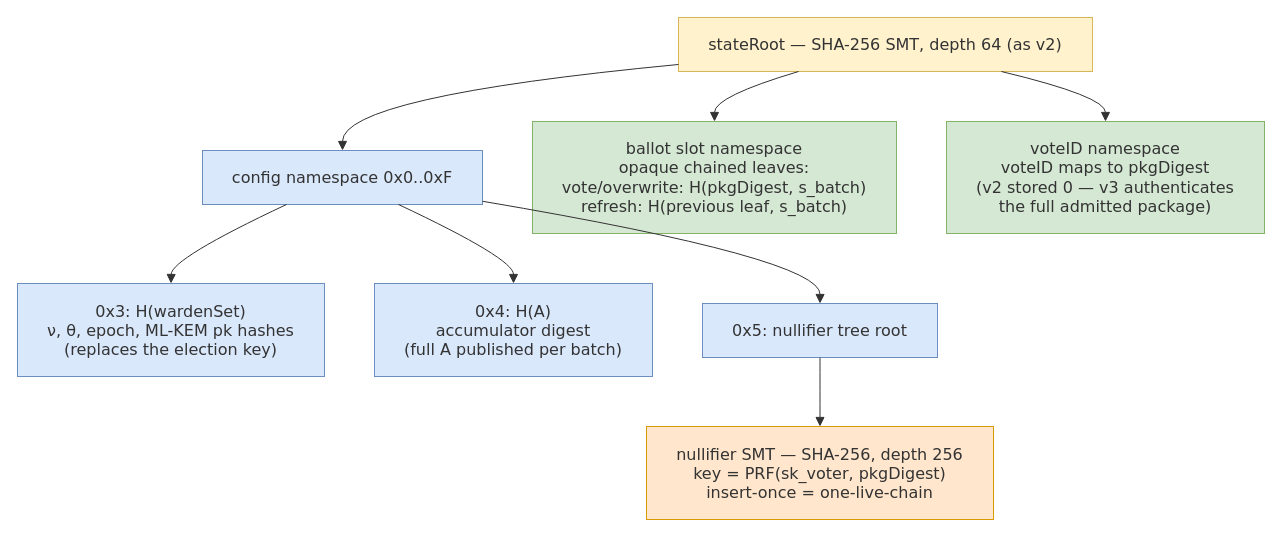
This is v3-pq/figures/src/state-tree-v3.drawio from vocdoni/davinci-paper, a draw.io file, before an edit. Source tidied: cells renumbered, new cells numbered last; positions are measured from the earlier drawing's top-left corner, leaving out a move shared by most shapes. Both pictures are drawn from the tidied source at 100%, with x=0, y=0 at pixel (17, 17).
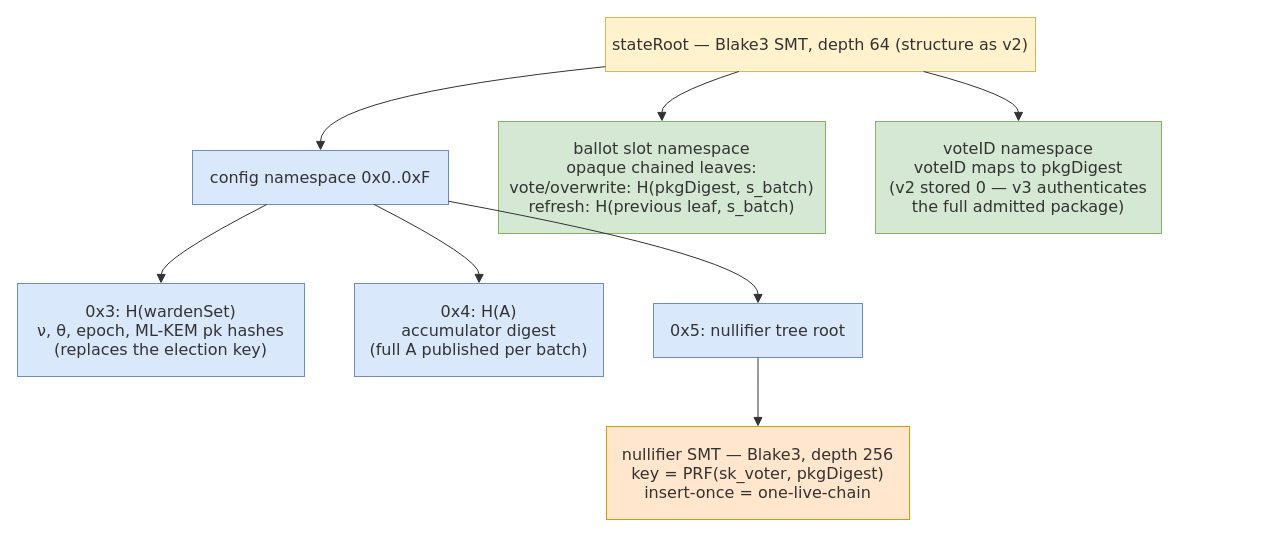
After the change.

Commit message (it also covers changes not shown here):
docs(spec): unify protocol hashing on blake3 (v1.1 profile)

The edit, as a diff of the source:
```diff
@@
-    <mxCell id="2" value="stateRoot — SHA-256 SMT, depth 64 (as v2)" style="html=1;whiteSpace=wrap;strokeWidth=1;fillColor=#fff2cc;strokeColor=#d6b656;fontColor=light-dark(#333333,#cccccc);fontFamily=Trebuchet MS,Verdana,Arial,sans-serif;fontSize=16;" parent="1" vertex="1">
-      <mxGeometry x="661" width="414" height="54" as="geometry" />
+    <mxCell id="2" value="stateRoot — Blake3 SMT, depth 64 (structure as v2)" style="html=1;whiteSpace=wrap;strokeWidth=1;fillColor=#fff2cc;strokeColor=#d6b656;fontColor=light-dark(#333333,#cccccc);fontFamily=Trebuchet MS,Verdana,Arial,sans-serif;fontSize=16;" parent="1" vertex="1">
+      <mxGeometry x="588" width="430" height="54" as="geometry" />
     </mxCell>
     <mxCell id="3" value="config namespace 0x0..0xF" style="html=1;whiteSpace=wrap;strokeWidth=1;fillColor=#dae8fc;strokeColor=#6c8ebf;fontColor=light-dark(#333333,#cccccc);fontFamily=Trebuchet MS,Verdana,Arial,sans-serif;fontSize=16;" parent="1" vertex="1">
-      <mxGeometry x="185" y="133" width="280" height="54" as="geometry" />
+      <mxGeometry x="175" y="133" width="256" height="54" as="geometry" />
     </mxCell>
     <mxCell id="4" value="ballot slot namespace&#10;opaque chained leaves:&#10;vote/overwrite: H(pkgDigest, s_batch)&#10;refresh: H(previous leaf, s_batch)" style="html=1;whiteSpace=wrap;strokeWidth=1;fillColor=#d5e8d4;strokeColor=#82b366;fontColor=light-dark(#333333,#cccccc);fontFamily=Trebuchet MS,Verdana,Arial,sans-serif;fontSize=16;" parent="1" vertex="1">
-      <mxGeometry x="515" y="104" width="364" height="112" as="geometry" />
+      <mxGeometry x="481" y="104" width="327" height="112" as="geometry" />
     </mxCell>
     <mxCell id="5" value="voteID namespace&#10;voteID maps to pkgDigest&#10;(v2 stored 0 — v3 authenticates&#10;the full admitted package)" style="html=1;whiteSpace=wrap;strokeWidth=1;fillColor=#d5e8d4;strokeColor=#82b366;fontColor=light-dark(#333333,#cccccc);fontFamily=Trebuchet MS,Verdana,Arial,sans-serif;fontSize=16;" parent="1" vertex="1">
-      <mxGeometry x="929" y="104" width="318" height="112" as="geometry" />
+      <mxGeometry x="858" y="104" width="286" height="112" as="geometry" />
     </mxCell>
     <mxCell id="6" value="0x3: H(wardenSet)&#10;ν, θ, epoch, ML-KEM pk hashes&#10;(replaces the election key)" style="html=1;whiteSpace=wrap;strokeWidth=1;fillColor=#dae8fc;strokeColor=#6c8ebf;fontColor=light-dark(#333333,#cccccc);fontFamily=Trebuchet MS,Verdana,Arial,sans-serif;fontSize=16;" parent="1" vertex="1">
-      <mxGeometry y="266" width="307" height="93" as="geometry" />
+      <mxGeometry y="266" width="287" height="93" as="geometry" />
     </mxCell>
     <mxCell id="7" value="0x4: H(A)&#10;accumulator digest&#10;(full A published per batch)" style="html=1;whiteSpace=wrap;strokeWidth=1;fillColor=#dae8fc;strokeColor=#6c8ebf;fontColor=light-dark(#333333,#cccccc);fontFamily=Trebuchet MS,Verdana,Arial,sans-serif;fontSize=16;" parent="1" vertex="1">
-      <mxGeometry x="357" y="266" width="278" height="93" as="geometry" />
+      <mxGeometry x="337" y="266" width="249" height="93" as="geometry" />
     </mxCell>
     <mxCell id="8" value="0x5: nullifier tree root" style="html=1;whiteSpace=wrap;strokeWidth=1;fillColor=#dae8fc;strokeColor=#6c8ebf;fontColor=light-dark(#333333,#cccccc);fontFamily=Trebuchet MS,Verdana,Arial,sans-serif;fontSize=16;" parent="1" vertex="1">
-      <mxGeometry x="685" y="286" width="235" height="54" as="geometry" />
+      <mxGeometry x="636" y="286" width="209" height="54" as="geometry" />
     </mxCell>
-    <mxCell id="9" value="nullifier SMT — SHA-256, depth 256&#10;key = PRF(sk_voter, pkgDigest)&#10;insert-once = one-live-chain" style="html=1;whiteSpace=wrap;strokeWidth=1;fillColor=#ffe6cc;strokeColor=#d79b00;fontColor=light-dark(#333333,#cccccc);fontFamily=Trebuchet MS,Verdana,Arial,sans-serif;fontSize=16;" parent="1" vertex="1">
-      <mxGeometry x="629" y="409" width="347" height="93" as="geometry" />
+    <mxCell id="9" value="nullifier SMT — Blake3, depth 256&#10;key = PRF(sk_voter, pkgDigest)&#10;insert-once = one-live-chain" style="html=1;whiteSpace=wrap;strokeWidth=1;fillColor=#ffe6cc;strokeColor=#d79b00;fontColor=light-dark(#333333,#cccccc);fontFamily=Trebuchet MS,Verdana,Arial,sans-serif;fontSize=16;" parent="1" vertex="1">
+      <mxGeometry x="589" y="409" width="303" height="93" as="geometry" />
     </mxCell>
-    <mxCell id="10" style="curved=1;startArrow=none;endArrow=block;endSize=7;strokeColor=light-dark(#333333,#cccccc);exitX=0;exitY=0.87;entryX=0.5;entryY=0;" parent="1" edge="1" source="2" target="3">
+    <mxCell id="10" style="curved=1;startArrow=none;endArrow=block;endSize=7;strokeColor=light-dark(#333333,#cccccc);exitX=0;exitY=0.91;entryX=0.5;entryY=0;" parent="1" edge="1" source="2" target="3">
       <mxGeometry relative="1" as="geometry">
         <Array as="points">
-          <mxPoint x="325" y="79" />
+          <mxPoint x="303" y="79" />
         </Array>
       </mxGeometry>
     </mxCell>
-    <mxCell id="11" style="curved=1;startArrow=none;endArrow=block;endSize=7;strokeColor=light-dark(#333333,#cccccc);exitX=0.29;exitY=1;entryX=0.5;entryY=0;" parent="1" edge="1" source="2" target="4">
+    <mxCell id="11" style="curved=1;startArrow=none;endArrow=block;endSize=7;strokeColor=light-dark(#333333,#cccccc);exitX=0.31;exitY=1;entryX=0.5;entryY=0;" parent="1" edge="1" source="2" target="4">
       <mxGeometry relative="1" as="geometry">
         <Array as="points">
-          <mxPoint x="697" y="79" />
+          <mxPoint x="644" y="79" />
         </Array>
       </mxGeometry>
     </mxCell>
-    <mxCell id="12" style="curved=1;startArrow=none;endArrow=block;endSize=7;strokeColor=light-dark(#333333,#cccccc);exitX=0.78;exitY=1;entryX=0.5;entryY=0;" parent="1" edge="1" source="2" target="5">
+    <mxCell id="12" style="curved=1;startArrow=none;endArrow=block;endSize=7;strokeColor=light-dark(#333333,#cccccc);exitX=0.74;exitY=1;entryX=0.5;entryY=0;" parent="1" edge="1" source="2" target="5">
       <mxGeometry relative="1" as="geometry">
         <Array as="points">
-          <mxPoint x="1088" y="79" />
+          <mxPoint x="1001" y="79" />
         </Array>
       </mxGeometry>
     </mxCell>
-    <mxCell id="13" style="curved=1;startArrow=none;endArrow=block;endSize=7;strokeColor=light-dark(#333333,#cccccc);exitX=0.3;exitY=1;entryX=0.5;entryY=0;" parent="1" edge="1" source="3" target="6">
+    <mxCell id="13" style="curved=1;startArrow=none;endArrow=block;endSize=7;strokeColor=light-dark(#333333,#cccccc);exitX=0.29;exitY=1;entryX=0.5;entryY=0;" parent="1" edge="1" source="3" target="6">
       <mxGeometry relative="1" as="geometry">
         <Array as="points">
-          <mxPoint x="154" y="241" />
+          <mxPoint x="144" y="241" />
         </Array>
       </mxGeometry>
     </mxCell>
-    <mxCell id="14" style="curved=1;startArrow=none;endArrow=block;endSize=7;strokeColor=light-dark(#333333,#cccccc);exitX=0.7;exitY=1;entryX=0.5;entryY=0;" parent="1" edge="1" source="3" target="7">
+    <mxCell id="14" style="curved=1;startArrow=none;endArrow=block;endSize=7;strokeColor=light-dark(#333333,#cccccc);exitX=0.71;exitY=1;entryX=0.5;entryY=0;" parent="1" edge="1" source="3" target="7">
       <mxGeometry relative="1" as="geometry">
         <Array as="points">
-          <mxPoint x="496" y="241" />
+          <mxPoint x="462" y="241" />
         </Array>
       </mxGeometry>
     </mxCell>
     <mxCell id="15" style="curved=1;startArrow=none;endArrow=block;endSize=7;strokeColor=light-dark(#333333,#cccccc);exitX=1;exitY=0.94;entryX=0.5;entryY=0;" parent="1" edge="1" source="3" target="8">
       <mxGeometry relative="1" as="geometry">
         <Array as="points">
-          <mxPoint x="803" y="241" />
+          <mxPoint x="741" y="241" />
         </Array>
       </mxGeometry>
     </mxCell>
```
